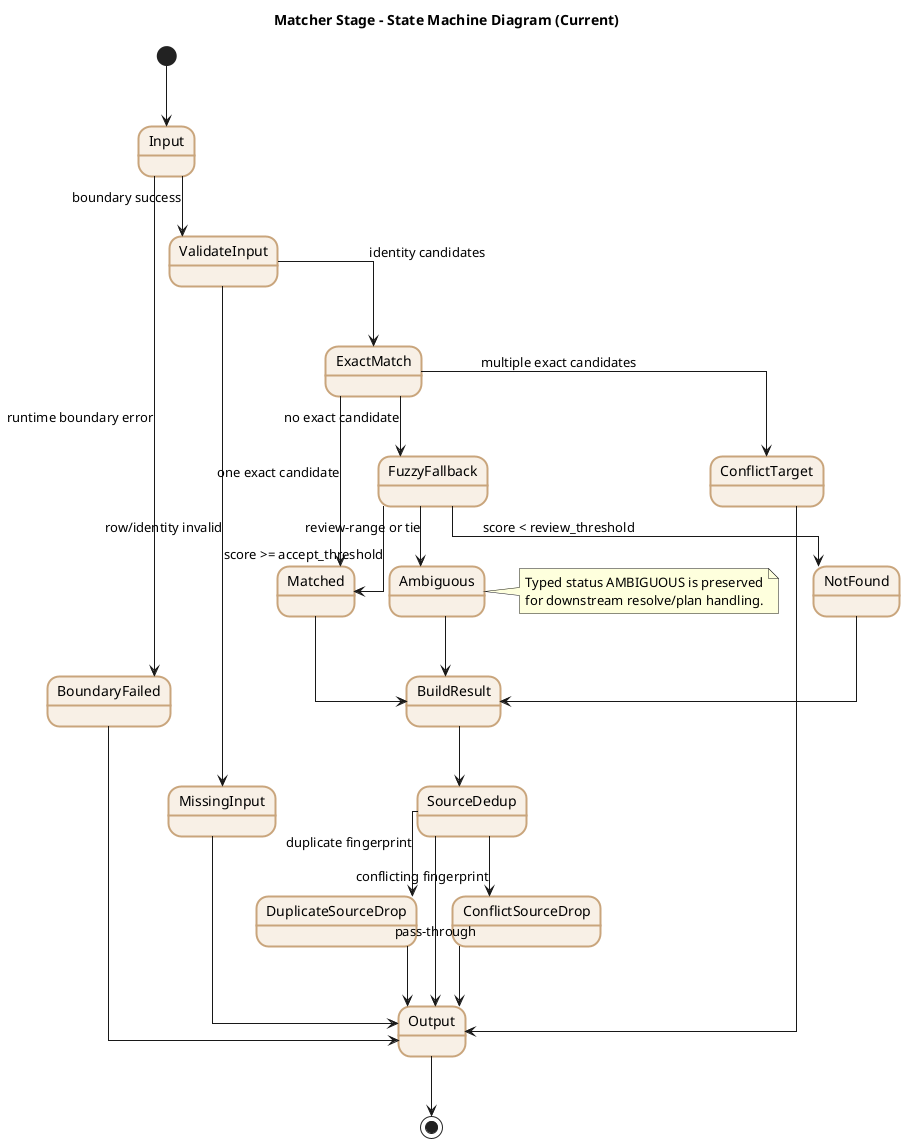
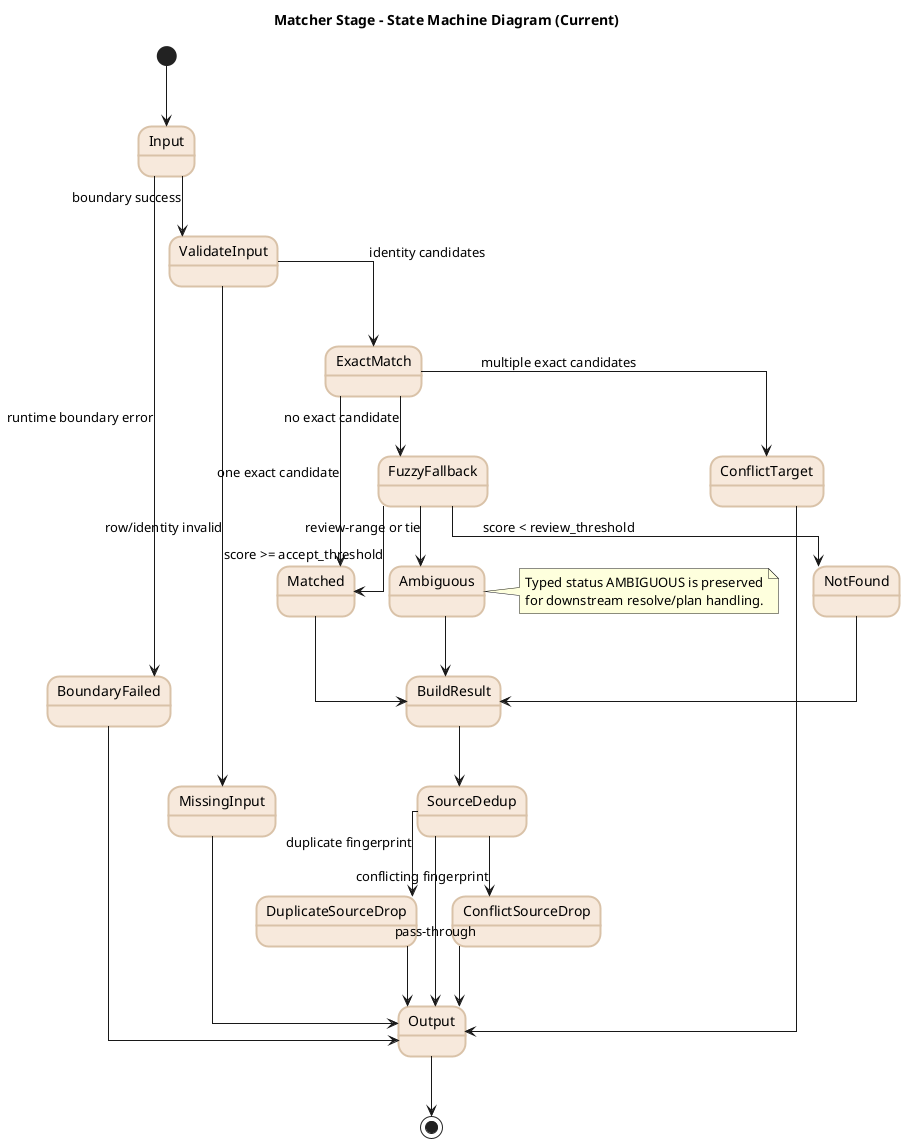
@startuml
title Matcher Stage - State Machine Diagram (Current)
skinparam backgroundColor white
skinparam linetype ortho
skinparam defaultFontName Arial
skinparam stateBorderThickness 2
skinparam state {
-   BackgroundColor #f8f0e6
-   BorderColor #c9a57c
+   BackgroundColor #f7e9dc
+   BorderColor #d9c2a8
}

[*] --> Input

Input --> BoundaryFailed : runtime boundary error
Input --> ValidateInput : boundary success

ValidateInput --> MissingInput : row/identity invalid
ValidateInput --> ExactMatch : identity candidates

ExactMatch --> Matched : one exact candidate
ExactMatch --> FuzzyFallback : no exact candidate
ExactMatch --> ConflictTarget : multiple exact candidates

FuzzyFallback --> Matched : score >= accept_threshold
FuzzyFallback --> Ambiguous : review-range or tie
FuzzyFallback --> NotFound : score < review_threshold

Matched --> BuildResult
Ambiguous --> BuildResult
NotFound --> BuildResult

BuildResult --> SourceDedup
SourceDedup --> DuplicateSourceDrop : duplicate fingerprint
SourceDedup --> ConflictSourceDrop : conflicting fingerprint
SourceDedup --> Output : pass-through

DuplicateSourceDrop --> Output
ConflictSourceDrop --> Output
MissingInput --> Output
ConflictTarget --> Output
BoundaryFailed --> Output
Output --> [*]

note right of Ambiguous
Typed status AMBIGUOUS is preserved
for downstream resolve/plan handling.
end note

@enduml
